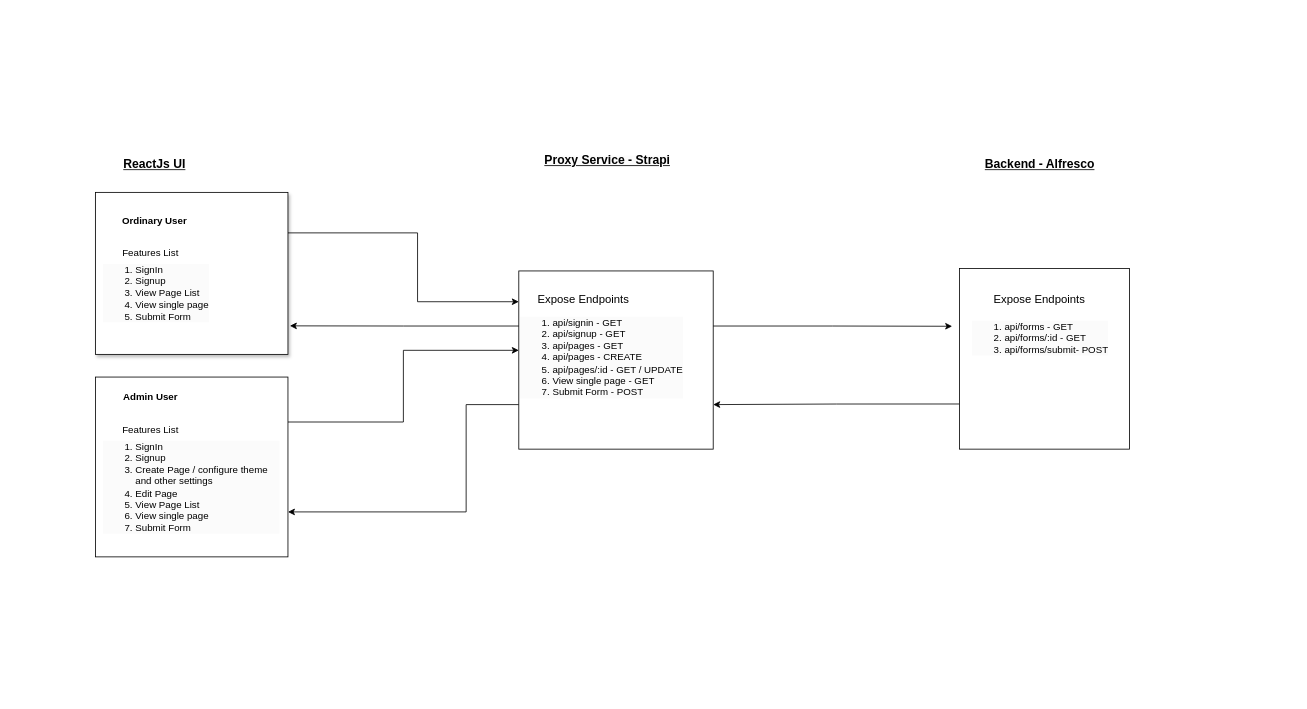
Above: archiecture.drawio in mountainfirefly/diagrams (draw.io), before the change. Source tidied: cells renumbered, new cells numbered last; positions are measured from the earlier drawing's top-left corner, leaving out a move shared by most shapes. Both pictures are drawn from the tidied source at 81%, with x=0, y=0 at pixel (95, 147).
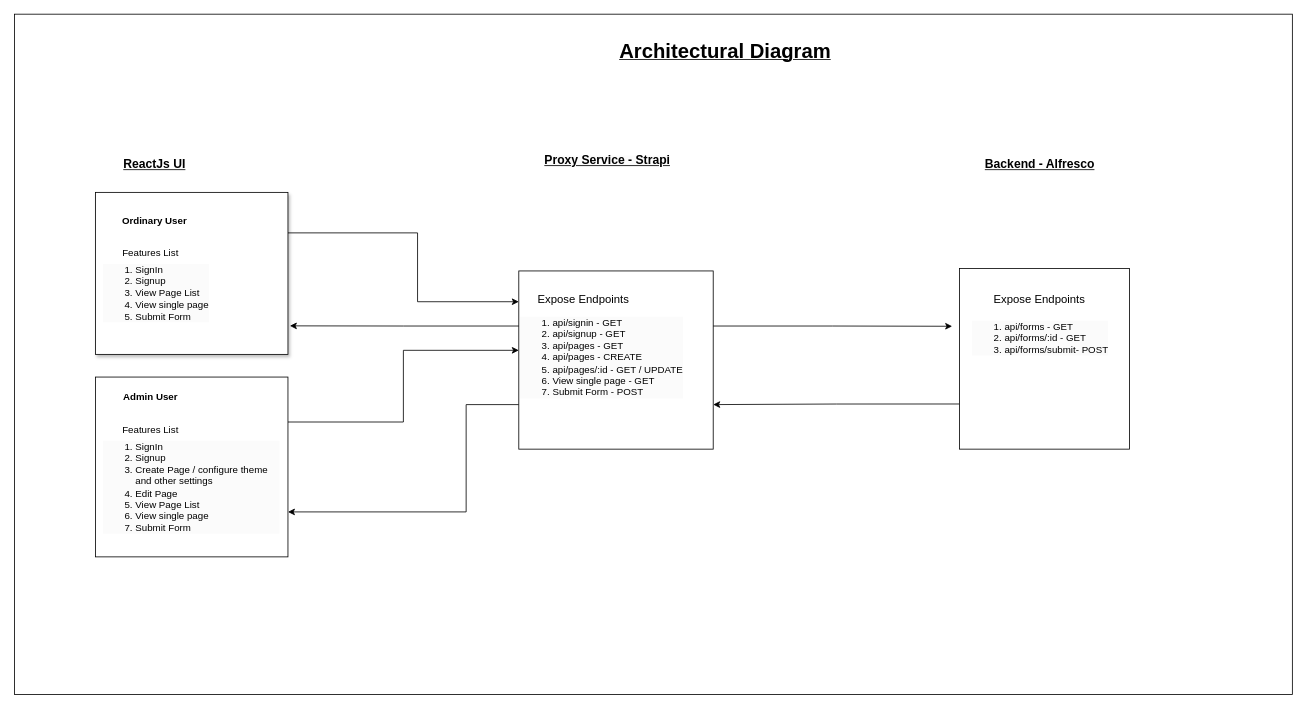
After the change.

Change to the diagram source:
```diff
@@
+    <mxCell id="25" style="rounded=0;whiteSpace=wrap;html=1;" parent="1" vertex="1">
+      <mxGeometry x="-99.5" y="-165" width="1577.5" height="840" as="geometry" />
+    </mxCell>
@@
+    <mxCell id="26" value="&lt;u style=&quot;&quot;&gt;&lt;b style=&quot;&quot;&gt;&lt;font style=&quot;font-size: 25px;&quot;&gt;Architectural Diagram&lt;/font&gt;&lt;/b&gt;&lt;/u&gt;" style="text;html=1;strokeColor=none;fillColor=none;align=center;verticalAlign=middle;whiteSpace=wrap;rounded=0;" parent="1" vertex="1">
+      <mxGeometry x="638" y="-135" width="280" height="30" as="geometry" />
+    </mxCell>
```
